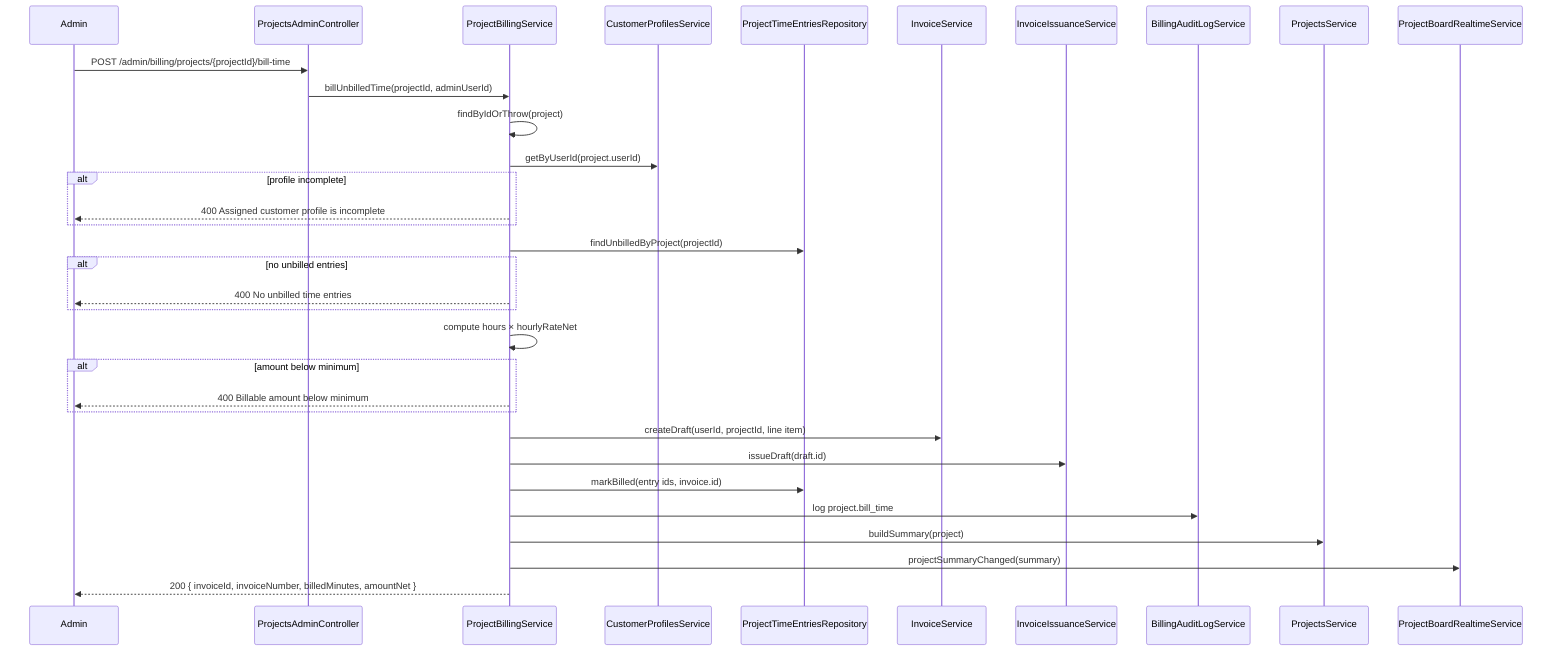
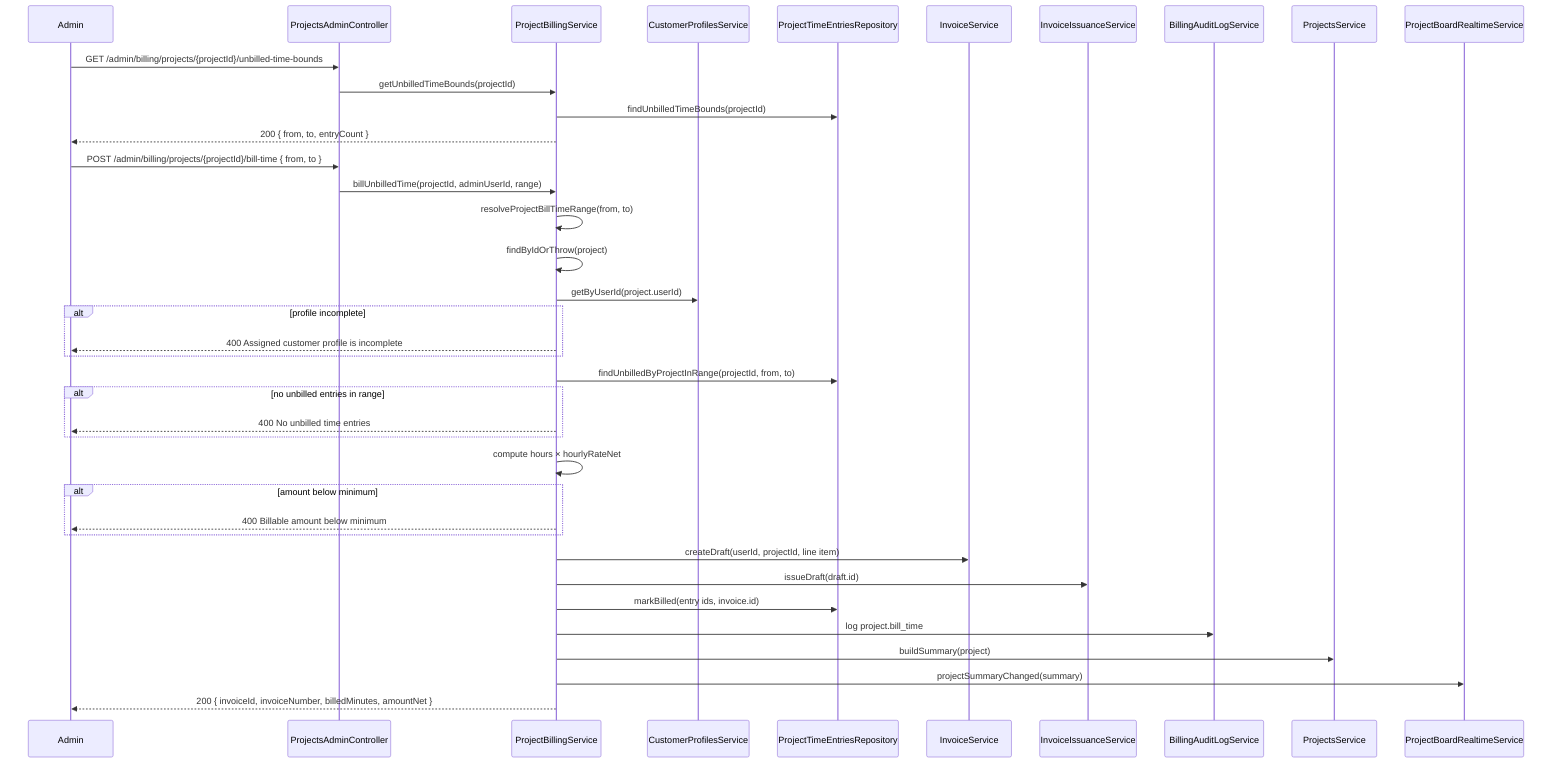
sequenceDiagram
    participant Admin
    participant API as ProjectsAdminController
    participant Billing as ProjectBillingService
    participant Profile as CustomerProfilesService
    participant Time as ProjectTimeEntriesRepository
    participant Invoice as InvoiceService
    participant Issue as InvoiceIssuanceService
    participant Audit as BillingAuditLogService
    participant Summary as ProjectsService
    participant RT as ProjectBoardRealtimeService

-     Admin->>API: POST /admin/billing/projects/{projectId}/bill-time
-     API->>Billing: billUnbilledTime(projectId, adminUserId)
+     Admin->>API: GET /admin/billing/projects/{projectId}/unbilled-time-bounds
+     API->>Billing: getUnbilledTimeBounds(projectId)
+     Billing->>Time: findUnbilledTimeBounds(projectId)
+     Billing-->>Admin: 200 { from, to, entryCount }
+ 
+     Admin->>API: POST /admin/billing/projects/{projectId}/bill-time { from, to }
+     API->>Billing: billUnbilledTime(projectId, adminUserId, range)
+     Billing->>Billing: resolveProjectBillTimeRange(from, to)
    Billing->>Billing: findByIdOrThrow(project)
    Billing->>Profile: getByUserId(project.userId)
    alt profile incomplete
        Billing-->>Admin: 400 Assigned customer profile is incomplete
    end
-     Billing->>Time: findUnbilledByProject(projectId)
-     alt no unbilled entries
+     Billing->>Time: findUnbilledByProjectInRange(projectId, from, to)
+     alt no unbilled entries in range
        Billing-->>Admin: 400 No unbilled time entries
    end
    Billing->>Billing: compute hours × hourlyRateNet
    alt amount below minimum
        Billing-->>Admin: 400 Billable amount below minimum
    end
    Billing->>Invoice: createDraft(userId, projectId, line item)
    Billing->>Issue: issueDraft(draft.id)
    Billing->>Time: markBilled(entry ids, invoice.id)
    Billing->>Audit: log project.bill_time
    Billing->>Summary: buildSummary(project)
    Billing->>RT: projectSummaryChanged(summary)
    Billing-->>Admin: 200 { invoiceId, invoiceNumber, billedMinutes, amountNet }
